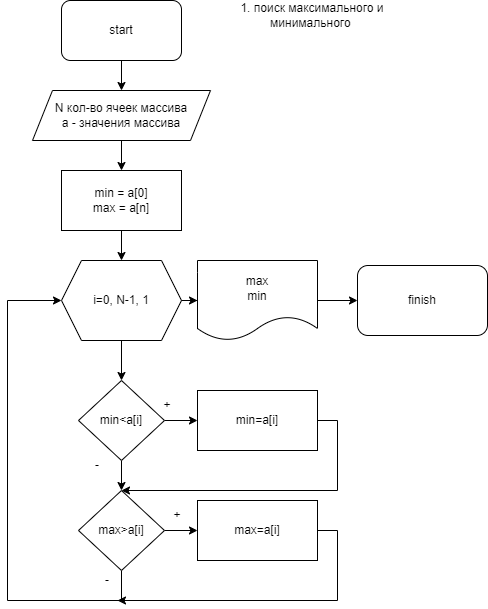
serg20012/psychic-system keeps this draw.io diagram as Диаграмма без названия.drawio.png. Above is the earlier version. Source tidied: cells renumbered, new cells last; positions are measured from the earlier drawing's top-left corner, leaving out a move shared by most shapes.
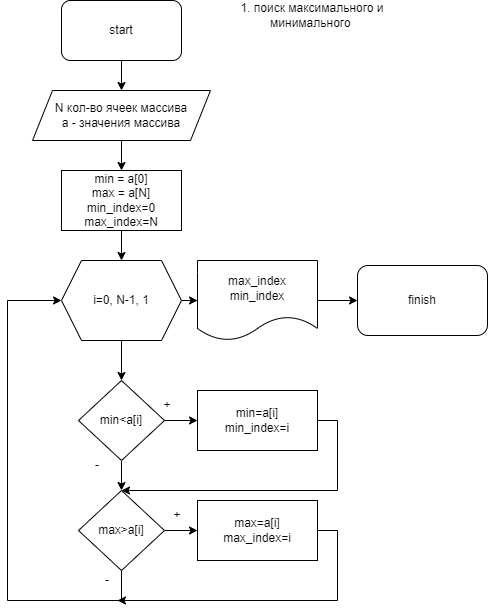
Later version of the same file.

Commit message:
max_index min_index

The edit, as a diff of the source:
```diff
@@ -17,7 +17,7 @@
     <mxCell id="6" style="edgeStyle=orthogonalEdgeStyle;rounded=0;jettySize=auto;html=1;" parent="1" edge="1" source="7" target="11">
       <mxGeometry relative="1" as="geometry" />
     </mxCell>
-    <mxCell id="7" value="min = a[0]&lt;br&gt;max = a[n]" style="whiteSpace=wrap;html=1;" parent="1" vertex="1">
+    <mxCell id="7" value="min = a[0]&lt;br&gt;max = a[N]&lt;br&gt;min_index=0&lt;br&gt;max_index=N" style="whiteSpace=wrap;html=1;" parent="1" vertex="1">
       <mxGeometry x="54" y="170" width="120" height="60" as="geometry" />
     </mxCell>
     <mxCell id="8" style="edgeStyle=orthogonalEdgeStyle;rounded=0;orthogonalLoop=1;jettySize=auto;html=1;exitX=0.5;exitY=1;exitDx=0;exitDy=0;" parent="1" edge="1" source="5" target="5">
@@ -49,7 +49,7 @@
         </Array>
       </mxGeometry>
     </mxCell>
-    <mxCell id="16" value="min=a[i]" style="whiteSpace=wrap;html=1;" parent="1" vertex="1">
+    <mxCell id="16" value="min=a[i]&lt;br&gt;min_index=i" style="whiteSpace=wrap;html=1;" parent="1" vertex="1">
       <mxGeometry x="190" y="390" width="120" height="60" as="geometry" />
     </mxCell>
     <mxCell id="17" style="edgeStyle=orthogonalEdgeStyle;rounded=0;jettySize=auto;html=1;" parent="1" edge="1" source="19" target="21">
@@ -76,7 +76,7 @@
         </Array>
       </mxGeometry>
     </mxCell>
-    <mxCell id="21" value="max=a[i]" style="whiteSpace=wrap;html=1;" parent="1" vertex="1">
+    <mxCell id="21" value="max=a[i]&lt;br&gt;max_index=i" style="whiteSpace=wrap;html=1;" parent="1" vertex="1">
       <mxGeometry x="190" y="500" width="120" height="60" as="geometry" />
     </mxCell>
     <mxCell id="22" value="+" style="text;html=1;strokeColor=none;fillColor=none;align=center;verticalAlign=middle;whiteSpace=wrap;rounded=0;" parent="1" vertex="1">
@@ -94,7 +94,7 @@
     <mxCell id="26" style="edgeStyle=orthogonalEdgeStyle;rounded=0;jettySize=auto;html=1;" parent="1" edge="1" source="27" target="28">
       <mxGeometry relative="1" as="geometry" />
     </mxCell>
-    <mxCell id="27" value="max&lt;br&gt;min" style="shape=document;whiteSpace=wrap;html=1;boundedLbl=1;" parent="1" vertex="1">
+    <mxCell id="27" value="max_index&lt;br&gt;min_index" style="shape=document;whiteSpace=wrap;html=1;boundedLbl=1;" parent="1" vertex="1">
       <mxGeometry x="190" y="260" width="120" height="80" as="geometry" />
     </mxCell>
     <mxCell id="28" value="finish" style="rounded=1;whiteSpace=wrap;html=1;" parent="1" vertex="1">
```
